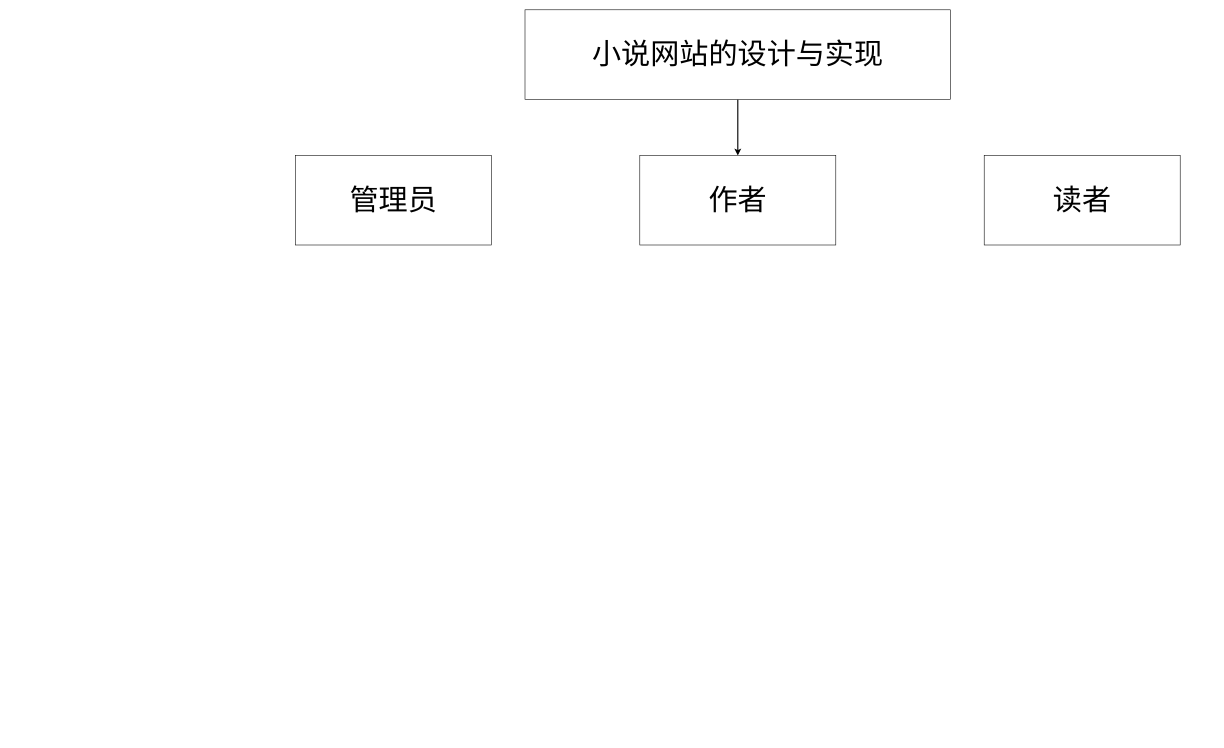
This is Untitled Diagram.drawio from Vamosxu/git-demo, a draw.io file, before an edit. Source tidied: cells renumbered, new cells numbered last; positions are measured from the earlier drawing's top-left corner, leaving out a move shared by most shapes. Both pictures are drawn from the tidied source at 56%, with x=0, y=0 at pixel (295, 10).
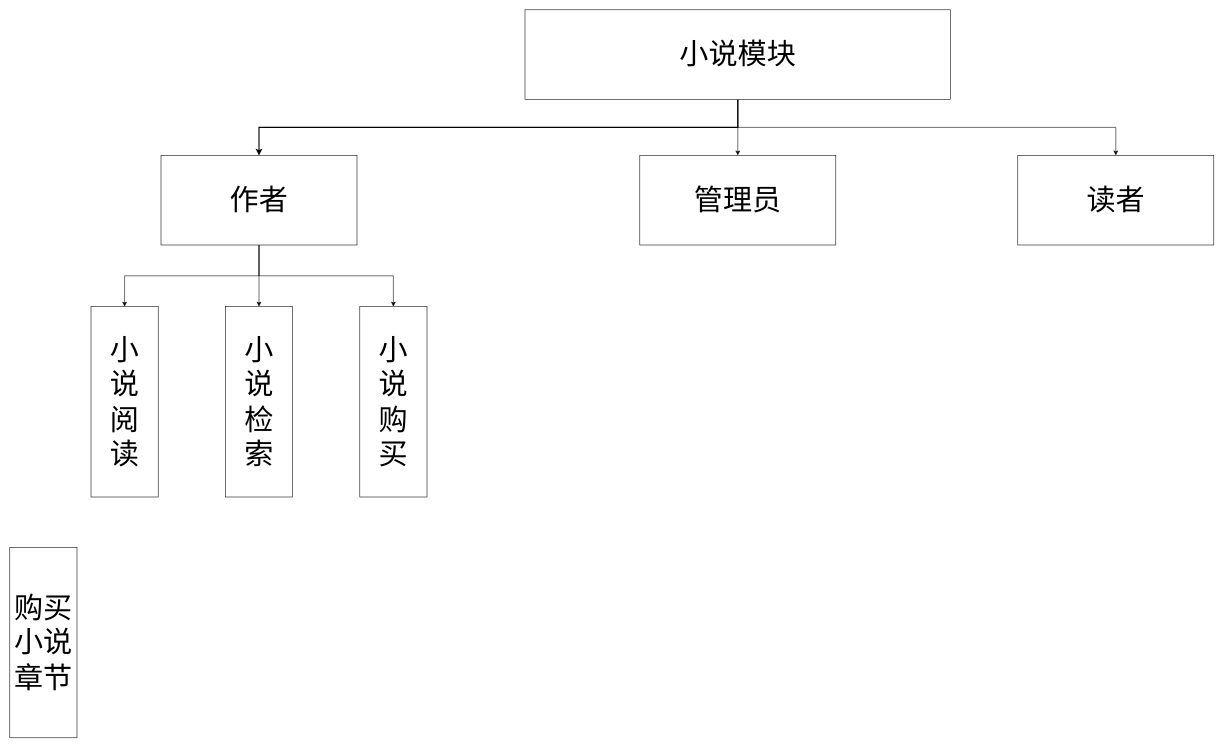
The same page after the edit.

Diff of the diagram source:
```diff
@@
 <mxGraphModel>
   <root>
     <mxCell id="0" />
     <mxCell id="1" parent="0" />
     <mxCell id="2" style="edgeStyle=orthogonalEdgeStyle;rounded=0;jettySize=auto;html=1;exitX=0.5;exitY=1;exitDx=0;exitDy=0;entryX=0.5;entryY=0;entryDx=0;entryDy=0;fontSize=52;strokeWidth=2;" parent="1" edge="1" source="3" target="5">
       <mxGeometry relative="1" as="geometry" />
     </mxCell>
+    <mxCell id="7" style="edgeStyle=orthogonalEdgeStyle;rounded=0;jettySize=auto;html=1;exitX=0.5;exitY=1;exitDx=0;exitDy=0;entryX=0.5;entryY=0;entryDx=0;entryDy=0;" parent="1" edge="1" source="3" target="4">
+      <mxGeometry relative="1" as="geometry" />
+    </mxCell>
+    <mxCell id="8" style="edgeStyle=orthogonalEdgeStyle;rounded=0;jettySize=auto;html=1;exitX=0.5;exitY=1;exitDx=0;exitDy=0;" parent="1" edge="1" source="3" target="6">
+      <mxGeometry relative="1" as="geometry" />
+    </mxCell>
-    <mxCell id="3" value="&lt;font style=&quot;font-size: 52px;&quot;&gt;小说网站的设计与实现&lt;/font&gt;" style="rounded=0;whiteSpace=wrap;html=1;" parent="1" vertex="1">
+    <mxCell id="3" value="&lt;span style=&quot;font-size: 52px;&quot;&gt;小说模块&lt;/span&gt;" style="rounded=0;whiteSpace=wrap;html=1;" parent="1" vertex="1">
       <mxGeometry x="410" width="760" height="160" as="geometry" />
     </mxCell>
     <mxCell id="4" value="&lt;font style=&quot;font-size: 52px;&quot;&gt;管理员&lt;/font&gt;" style="rounded=0;whiteSpace=wrap;html=1;" parent="1" vertex="1">
-      <mxGeometry y="260" width="350" height="160" as="geometry" />
+      <mxGeometry x="615" y="260" width="350" height="160" as="geometry" />
     </mxCell>
+    <mxCell id="9" style="edgeStyle=orthogonalEdgeStyle;rounded=0;jettySize=auto;html=1;exitX=0.5;exitY=1;exitDx=0;exitDy=0;entryX=0.5;entryY=0;entryDx=0;entryDy=0;fontSize=52;" parent="1" edge="1" source="5" target="12">
+      <mxGeometry relative="1" as="geometry" />
+    </mxCell>
+    <mxCell id="10" style="edgeStyle=orthogonalEdgeStyle;rounded=0;jettySize=auto;html=1;exitX=0.5;exitY=1;exitDx=0;exitDy=0;entryX=0.5;entryY=0;entryDx=0;entryDy=0;fontSize=52;" parent="1" edge="1" source="5" target="13">
+      <mxGeometry relative="1" as="geometry" />
+    </mxCell>
+    <mxCell id="11" style="edgeStyle=orthogonalEdgeStyle;rounded=0;jettySize=auto;html=1;exitX=0.5;exitY=1;exitDx=0;exitDy=0;entryX=0.5;entryY=0;entryDx=0;entryDy=0;fontSize=52;" parent="1" edge="1" source="5" target="14">
+      <mxGeometry relative="1" as="geometry" />
+    </mxCell>
     <mxCell id="5" value="&lt;font style=&quot;font-size: 52px;&quot;&gt;作者&lt;/font&gt;" style="rounded=0;whiteSpace=wrap;html=1;" parent="1" vertex="1">
-      <mxGeometry x="615" y="260" width="350" height="160" as="geometry" />
+      <mxGeometry x="-240" y="260" width="350" height="160" as="geometry" />
     </mxCell>
     <mxCell id="6" value="&lt;font style=&quot;font-size: 52px;&quot;&gt;读者&lt;/font&gt;" style="rounded=0;whiteSpace=wrap;html=1;" parent="1" vertex="1">
-      <mxGeometry x="1230" y="260" width="350" height="160" as="geometry" />
+      <mxGeometry x="1290" y="260" width="350" height="160" as="geometry" />
     </mxCell>
+    <mxCell id="12" value="&lt;font style=&quot;font-size: 52px;&quot;&gt;小&lt;br&gt;说&lt;br&gt;阅&lt;br&gt;读&lt;/font&gt;" style="rounded=0;whiteSpace=wrap;html=1;" parent="1" vertex="1">
+      <mxGeometry x="-365" y="530" width="120" height="340" as="geometry" />
+    </mxCell>
+    <mxCell id="13" value="&lt;font style=&quot;font-size: 52px;&quot;&gt;小&lt;br&gt;说&lt;br&gt;检&lt;br&gt;索&lt;br&gt;&lt;/font&gt;" style="rounded=0;whiteSpace=wrap;html=1;" parent="1" vertex="1">
+      <mxGeometry x="-125" y="530" width="120" height="340" as="geometry" />
+    </mxCell>
+    <mxCell id="14" value="&lt;font style=&quot;font-size: 52px;&quot;&gt;小&lt;br&gt;说&lt;br&gt;购&lt;br&gt;买&lt;br&gt;&lt;/font&gt;" style="rounded=0;whiteSpace=wrap;html=1;" parent="1" vertex="1">
+      <mxGeometry x="115" y="530" width="120" height="340" as="geometry" />
+    </mxCell>
+    <mxCell id="15" value="&lt;font style=&quot;font-size: 52px;&quot;&gt;购买小说章节&lt;br&gt;&lt;/font&gt;" style="rounded=0;whiteSpace=wrap;html=1;" parent="1" vertex="1">
+      <mxGeometry x="-510" y="960" width="120" height="340" as="geometry" />
+    </mxCell>
   </root>
 </mxGraphModel>
```
